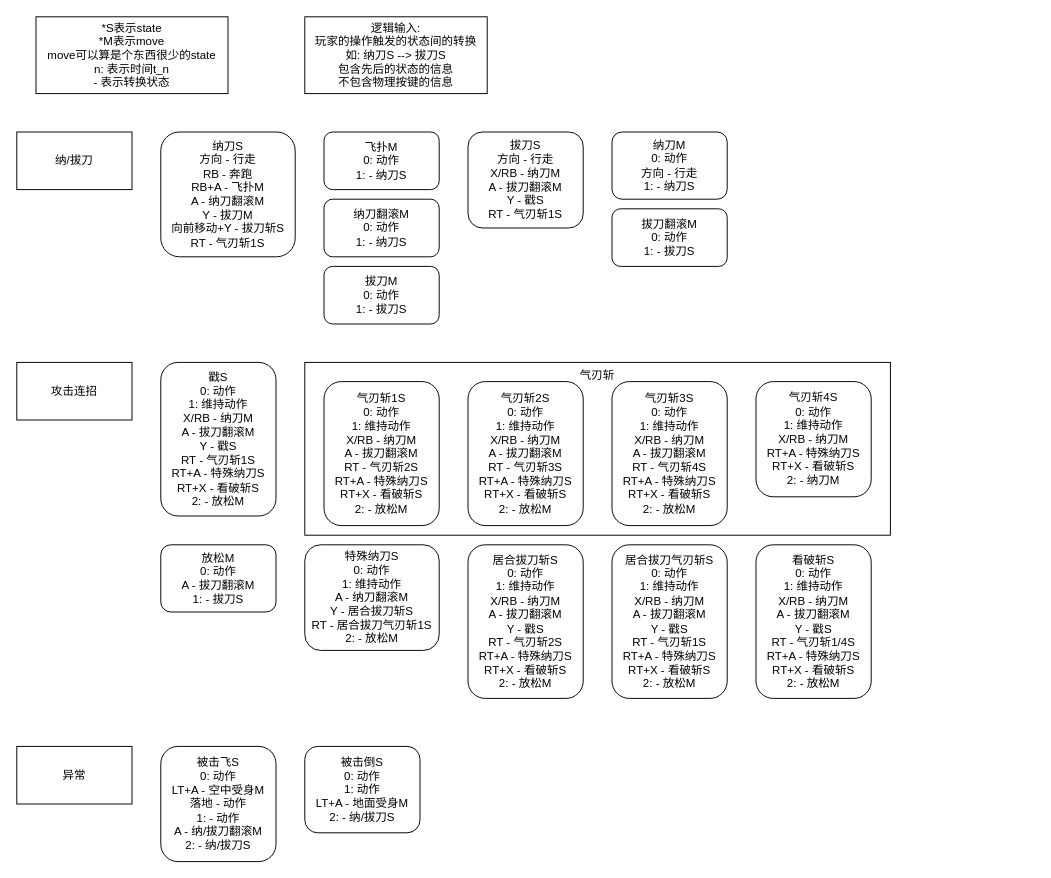
oldcbk/Feature keeps this draw.io diagram as page "第 2 页" (2 of 2) of Assets/未命名绘图.drawio. Above is the earlier version. Source tidied: cells renumbered, new cells numbered last; positions are measured from the earlier drawing's top-left corner, leaving out a move shared by most shapes. Both pictures are drawn from the tidied source at 96%, with x=0, y=0 at pixel (16, 16).
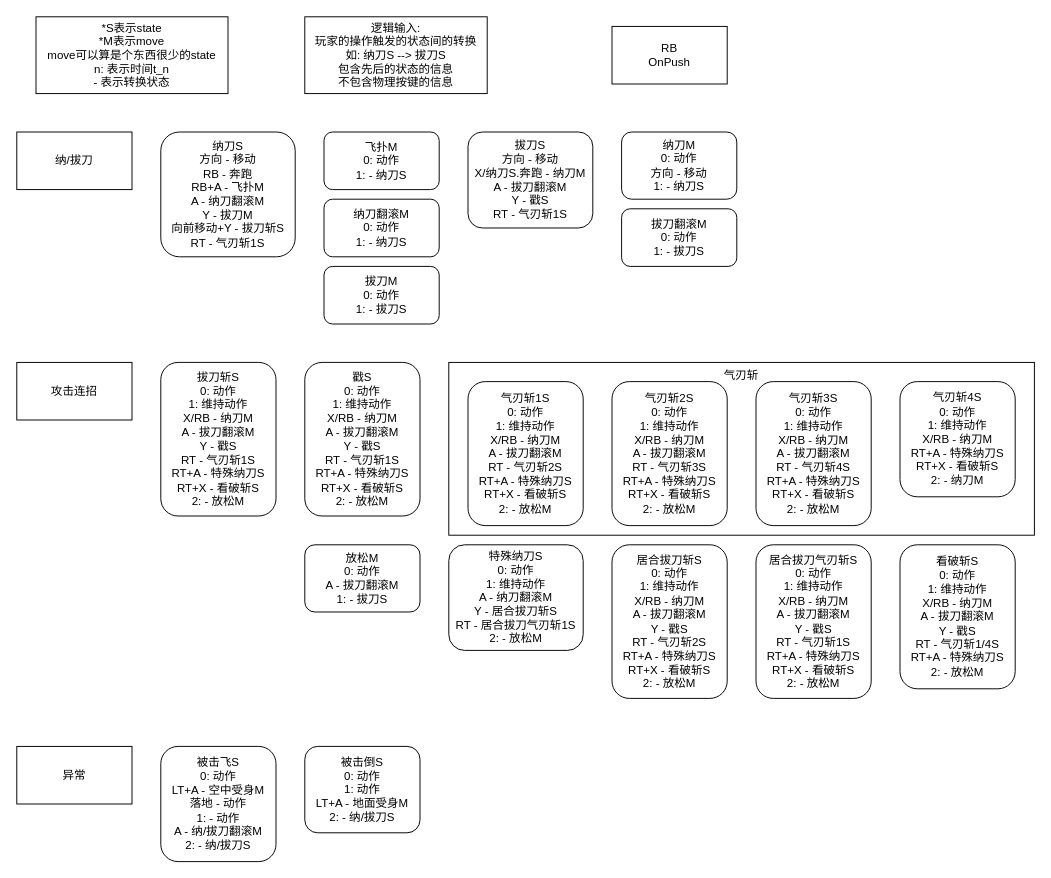
Above is the later version.

Diff of the diagram source:
```diff
@@
     <mxCell id="2" value="气刃斩" style="rounded=0;whiteSpace=wrap;html=1;align=center;verticalAlign=top;fillColor=none;" parent="1" vertex="1">
-      <mxGeometry x="300" y="360" width="610" height="180" as="geometry" />
+      <mxGeometry x="450" y="360" width="610" height="180" as="geometry" />
     </mxCell>
@@
-    <mxCell id="7" value="纳刀S&lt;div&gt;方向 - 行走&lt;/div&gt;&lt;div&gt;RB - 奔跑&lt;/div&gt;&lt;div&gt;RB+A - 飞扑M&lt;/div&gt;&lt;div&gt;A - 纳刀翻滚M&lt;br&gt;&lt;div&gt;Y - 拔刀M&lt;/div&gt;&lt;div&gt;向前移动+Y - 拔刀斩S&lt;/div&gt;&lt;/div&gt;&lt;div&gt;RT - 气刃斩1S&lt;/div&gt;" style="rounded=1;whiteSpace=wrap;html=1;" parent="1" vertex="1">
+    <mxCell id="7" value="纳刀S&lt;div&gt;方向 - 移动&lt;/div&gt;&lt;div&gt;RB - 奔跑&lt;/div&gt;&lt;div&gt;RB+A - 飞扑M&lt;/div&gt;&lt;div&gt;A - 纳刀翻滚M&lt;br&gt;&lt;div&gt;Y - 拔刀M&lt;/div&gt;&lt;div&gt;向前移动+Y - 拔刀斩S&lt;/div&gt;&lt;/div&gt;&lt;div&gt;RT - 气刃斩1S&lt;/div&gt;" style="rounded=1;whiteSpace=wrap;html=1;" parent="1" vertex="1">
       <mxGeometry x="150" y="120" width="140" height="130" as="geometry" />
     </mxCell>
-    <mxCell id="8" value="拔刀S&lt;div&gt;方向 - 行走&lt;/div&gt;&lt;div&gt;X/RB - 纳刀M&lt;/div&gt;&lt;div&gt;A - 拔刀翻滚M&lt;/div&gt;&lt;div&gt;Y - 戳S&lt;/div&gt;&lt;div&gt;RT - 气刃斩1S&lt;/div&gt;" style="rounded=1;whiteSpace=wrap;html=1;" parent="1" vertex="1">
-      <mxGeometry x="470" y="120" width="120" height="100" as="geometry" />
+    <mxCell id="8" value="拔刀S&lt;div&gt;方向 - 移动&lt;/div&gt;&lt;div&gt;X/纳刀S.奔跑 - 纳刀M&lt;/div&gt;&lt;div&gt;A - 拔刀翻滚M&lt;/div&gt;&lt;div&gt;Y - 戳S&lt;/div&gt;&lt;div&gt;RT - 气刃斩1S&lt;/div&gt;" style="rounded=1;whiteSpace=wrap;html=1;" parent="1" vertex="1">
+      <mxGeometry x="470" y="120" width="130" height="100" as="geometry" />
     </mxCell>
     <mxCell id="9" value="戳S&lt;div&gt;0: 动作&lt;/div&gt;&lt;div&gt;1: 维持动作&lt;/div&gt;&lt;div&gt;X/RB - 纳刀M&lt;/div&gt;&lt;div&gt;A - 拔刀翻滚M&lt;/div&gt;&lt;div&gt;Y - 戳S&lt;/div&gt;&lt;div&gt;RT - 气刃斩1S&lt;/div&gt;&lt;div&gt;RT+A - 特殊纳刀S&lt;/div&gt;&lt;div&gt;RT+X -&amp;nbsp;&lt;span style=&quot;background-color: initial;&quot;&gt;看破斩&lt;/span&gt;&lt;span style=&quot;background-color: initial;&quot;&gt;S&lt;/span&gt;&lt;/div&gt;&lt;div&gt;2: - 放松M&lt;/div&gt;" style="rounded=1;whiteSpace=wrap;html=1;" parent="1" vertex="1">
-      <mxGeometry x="150" y="360" width="120" height="160" as="geometry" />
+      <mxGeometry x="300" y="360" width="120" height="160" as="geometry" />
     </mxCell>
@@
-    <mxCell id="16" value="纳刀M&lt;div&gt;0: 动作&lt;/div&gt;&lt;div&gt;方向 - 行走&lt;/div&gt;&lt;div&gt;1: - 纳刀S&lt;/div&gt;" style="rounded=1;whiteSpace=wrap;html=1;" parent="1" vertex="1">
-      <mxGeometry x="620" y="120" width="120" height="70" as="geometry" />
+    <mxCell id="16" value="纳刀M&lt;div&gt;0: 动作&lt;/div&gt;&lt;div&gt;方向 - 移动&lt;/div&gt;&lt;div&gt;1: - 纳刀S&lt;/div&gt;" style="rounded=1;whiteSpace=wrap;html=1;" parent="1" vertex="1">
+      <mxGeometry x="630" y="120" width="120" height="70" as="geometry" />
     </mxCell>
     <mxCell id="17" value="拔刀翻滚M&lt;div&gt;0: 动作&lt;/div&gt;&lt;div&gt;1: - 拔刀S&lt;/div&gt;" style="rounded=1;whiteSpace=wrap;html=1;" parent="1" vertex="1">
-      <mxGeometry x="620" y="200" width="120" height="60" as="geometry" />
+      <mxGeometry x="630" y="200" width="120" height="60" as="geometry" />
     </mxCell>
     <mxCell id="18" value="放松M&lt;div&gt;0: 动作&lt;/div&gt;&lt;div&gt;A - 拔刀翻滚M&lt;/div&gt;&lt;div&gt;1: - 拔刀S&lt;/div&gt;" style="rounded=1;whiteSpace=wrap;html=1;" parent="1" vertex="1">
-      <mxGeometry x="150" y="550" width="120" height="70" as="geometry" />
+      <mxGeometry x="300" y="550" width="120" height="70" as="geometry" />
     </mxCell>
     <mxCell id="19" value="特殊纳刀S&lt;div&gt;0: 动作&lt;/div&gt;&lt;div&gt;1: 维持动作&lt;/div&gt;&lt;div&gt;A - 纳刀翻滚M&lt;/div&gt;&lt;div&gt;Y - 居合拔刀斩S&lt;/div&gt;&lt;div&gt;RT - 居合拔刀气刃斩1S&lt;/div&gt;&lt;div&gt;2: - 放松M&lt;/div&gt;" style="rounded=1;whiteSpace=wrap;html=1;" parent="1" vertex="1">
-      <mxGeometry x="300" y="550" width="140" height="110" as="geometry" />
+      <mxGeometry x="450" y="550" width="140" height="110" as="geometry" />
     </mxCell>
     <mxCell id="20" value="居合拔刀斩S&lt;div&gt;0: 动作&lt;/div&gt;&lt;div&gt;1: 维持动作&lt;/div&gt;&lt;div&gt;X/RB - 纳刀M&lt;/div&gt;&lt;div&gt;A - 拔刀翻滚M&lt;/div&gt;&lt;div&gt;Y - 戳S&lt;/div&gt;&lt;div&gt;RT - 气刃斩2S&lt;/div&gt;&lt;div&gt;RT+A - 特殊纳刀S&lt;/div&gt;&lt;div&gt;RT+X - 看破斩S&lt;/div&gt;&lt;div&gt;2: - 放松M&lt;/div&gt;" style="rounded=1;whiteSpace=wrap;html=1;" parent="1" vertex="1">
-      <mxGeometry x="470" y="550" width="120" height="160" as="geometry" />
+      <mxGeometry x="620" y="550" width="120" height="160" as="geometry" />
     </mxCell>
     <mxCell id="21" value="居合拔刀气刃斩S&lt;div&gt;0: 动作&lt;/div&gt;&lt;div&gt;1: 维持动作&lt;/div&gt;&lt;div&gt;X/RB - 纳刀M&lt;/div&gt;&lt;div&gt;A - 拔刀翻滚M&lt;/div&gt;&lt;div&gt;Y - 戳S&lt;/div&gt;&lt;div&gt;RT - 气刃斩1S&lt;/div&gt;&lt;div&gt;RT+A - 特殊纳刀S&lt;/div&gt;&lt;div&gt;RT+X - 看破斩S&lt;/div&gt;&lt;div&gt;2: - 放松M&lt;/div&gt;" style="rounded=1;whiteSpace=wrap;html=1;" parent="1" vertex="1">
-      <mxGeometry x="620" y="550" width="120" height="160" as="geometry" />
+      <mxGeometry x="770" y="550" width="120" height="160" as="geometry" />
     </mxCell>
-    <mxCell id="22" value="看破斩S&lt;div&gt;0: 动作&lt;/div&gt;&lt;div&gt;1: 维持动作&lt;/div&gt;&lt;div&gt;X/RB - 纳刀M&lt;/div&gt;&lt;div&gt;A - 拔刀翻滚M&lt;/div&gt;&lt;div&gt;Y - 戳S&lt;/div&gt;&lt;div&gt;RT - 气刃斩1/4S&lt;/div&gt;&lt;div&gt;RT+A - 特殊纳刀S&lt;/div&gt;&lt;div&gt;RT+X - 看破斩S&lt;/div&gt;&lt;div&gt;2: - 放松M&lt;/div&gt;" style="rounded=1;whiteSpace=wrap;html=1;" parent="1" vertex="1">
-      <mxGeometry x="770" y="550" width="120" height="160" as="geometry" />
+    <mxCell id="22" value="看破斩S&lt;div&gt;0: 动作&lt;/div&gt;&lt;div&gt;1: 维持动作&lt;/div&gt;&lt;div&gt;X/RB - 纳刀M&lt;/div&gt;&lt;div&gt;A - 拔刀翻滚M&lt;/div&gt;&lt;div&gt;Y - 戳S&lt;/div&gt;&lt;div&gt;RT - 气刃斩1/4S&lt;/div&gt;&lt;div&gt;RT+A - 特殊纳刀S&lt;/div&gt;&lt;div&gt;2: - 放松M&lt;/div&gt;" style="rounded=1;whiteSpace=wrap;html=1;" parent="1" vertex="1">
+      <mxGeometry x="920" y="550" width="120" height="150" as="geometry" />
     </mxCell>
@@
+    <mxCell id="27" value="RB&lt;div&gt;OnPush&lt;/div&gt;" style="rounded=0;whiteSpace=wrap;html=1;" parent="1" vertex="1">
+      <mxGeometry x="620" y="10" width="120" height="60" as="geometry" />
+    </mxCell>
+    <mxCell id="28" value="拔刀斩S&lt;div&gt;0: 动作&lt;/div&gt;&lt;div&gt;1: 维持动作&lt;/div&gt;&lt;div&gt;X/RB - 纳刀M&lt;/div&gt;&lt;div&gt;A - 拔刀翻滚M&lt;/div&gt;&lt;div&gt;Y - 戳S&lt;/div&gt;&lt;div&gt;RT - 气刃斩1S&lt;/div&gt;&lt;div&gt;RT+A - 特殊纳刀S&lt;/div&gt;&lt;div&gt;RT+X - 看破斩S&lt;/div&gt;&lt;div&gt;2: - 放松M&lt;/div&gt;" style="rounded=1;whiteSpace=wrap;html=1;" parent="1" vertex="1">
+      <mxGeometry x="150" y="360" width="120" height="160" as="geometry" />
+    </mxCell>
```
